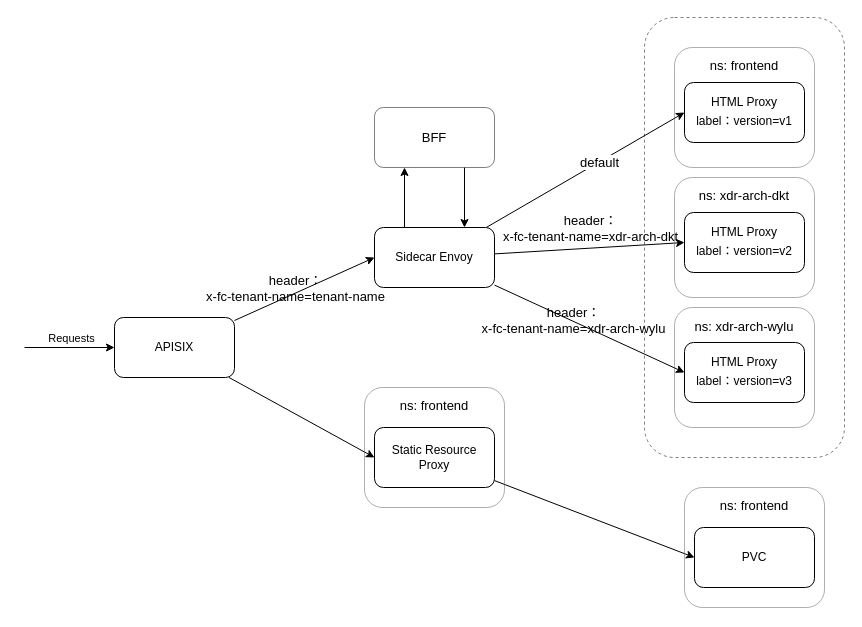
This is sxf-front-end-optimize-publish/前端灰度服务流量调度.drawio from doukangtai/draw.io, a draw.io file, before an edit. Source tidied: cells renumbered, new cells numbered last; positions are measured from the earlier drawing's top-left corner, leaving out a move shared by most shapes. Both pictures are drawn from the tidied source at 100%, with x=0, y=0 at pixel (24, 17).
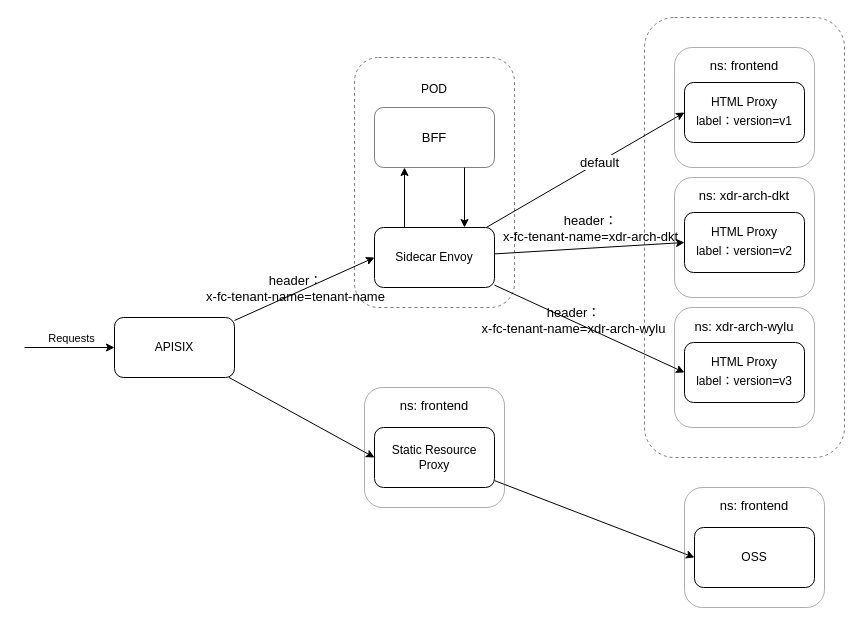
The same page after the edit.

Commit message:
更新前端灰度服务流量调度.drawio

Change to the diagram source:
```diff
@@
-    <mxCell id="17" value="PVC" style="rounded=1;whiteSpace=wrap;html=1;fillColor=default;" parent="1" vertex="1">
+    <mxCell id="17" value="OSS" style="rounded=1;whiteSpace=wrap;html=1;fillColor=default;" parent="1" vertex="1">
       <mxGeometry x="670" y="510" width="120" height="60" as="geometry" />
     </mxCell>
@@
+    <mxCell id="30" value="&lt;br&gt;POD&lt;br&gt;&lt;br&gt;&lt;br&gt;&lt;br&gt;&lt;br&gt;&lt;br&gt;&lt;br&gt;&lt;br&gt;&lt;br&gt;&lt;br&gt;&lt;br&gt;&lt;br&gt;&lt;br&gt;&lt;br&gt;&lt;br&gt;" style="rounded=1;whiteSpace=wrap;html=1;fillStyle=auto;fillColor=none;opacity=50;strokeColor=default;strokeWidth=1;dashed=1;" parent="1" vertex="1">
+      <mxGeometry x="330" y="40" width="160" height="250" as="geometry" />
+    </mxCell>
```
